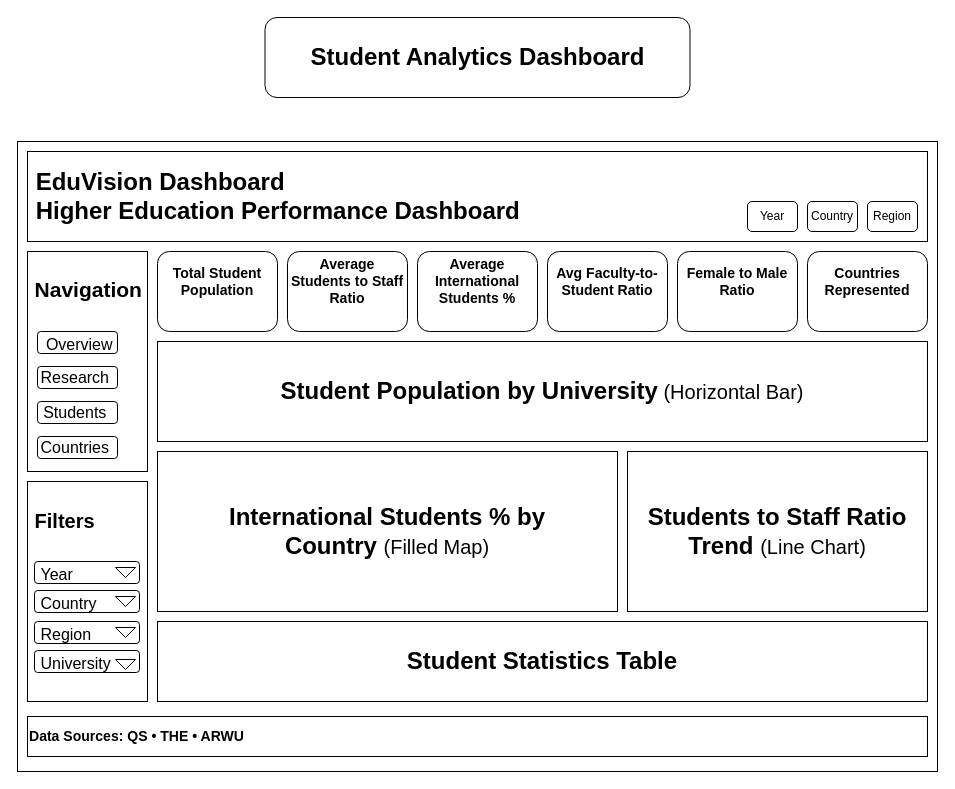
The draw.io diagram page "Student_Analytics" (3 of 4) of powerbi/Module_4_Deliverables/storyboard/dashboard_storyboard.drawio in springboardmentor09876x-cmd/higher-education-dv, before the edit. Source tidied: cells renumbered, new cells numbered last; positions are measured from the earlier drawing's top-left corner, leaving out a move shared by most shapes. Both pictures are drawn from the tidied source at 100%, with x=0, y=0 at pixel (17, 17).
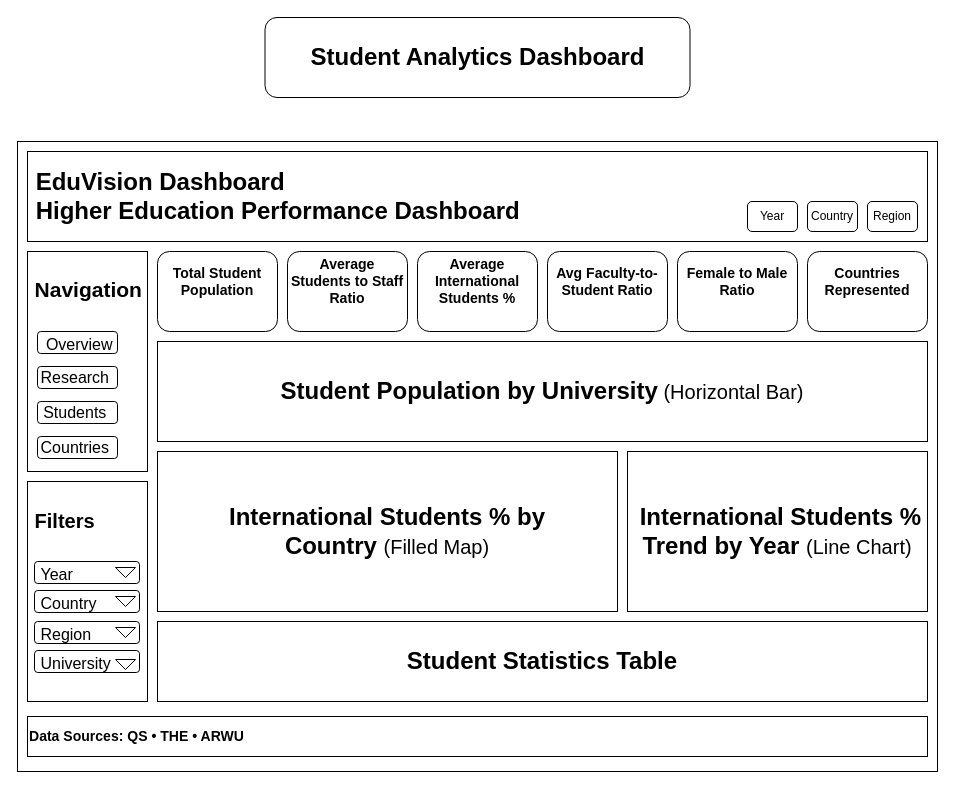
Above is the later version.

Diff of the diagram source:
```diff
@@
-    <mxCell id="16" value="&lt;h1&gt;&lt;font style=&quot;&quot;&gt;Students to Staff Ratio Trend&amp;nbsp;&lt;/font&gt;&lt;font style=&quot;font-weight: normal; font-size: 20px;&quot;&gt;(Line Chart)&lt;/font&gt;&lt;/h1&gt;" style="rounded=0;whiteSpace=wrap;html=1;" parent="1" vertex="1">
+    <mxCell id="16" value="&lt;h1&gt;&lt;font style=&quot;&quot;&gt;&amp;nbsp;International Students % Trend by Year&amp;nbsp;&lt;/font&gt;&lt;font style=&quot;font-weight: normal; font-size: 20px;&quot;&gt;(Line Chart)&lt;/font&gt;&lt;/h1&gt;" style="rounded=0;whiteSpace=wrap;html=1;" parent="1" vertex="1">
       <mxGeometry x="610" y="434" width="300" height="160" as="geometry" />
     </mxCell>
```
